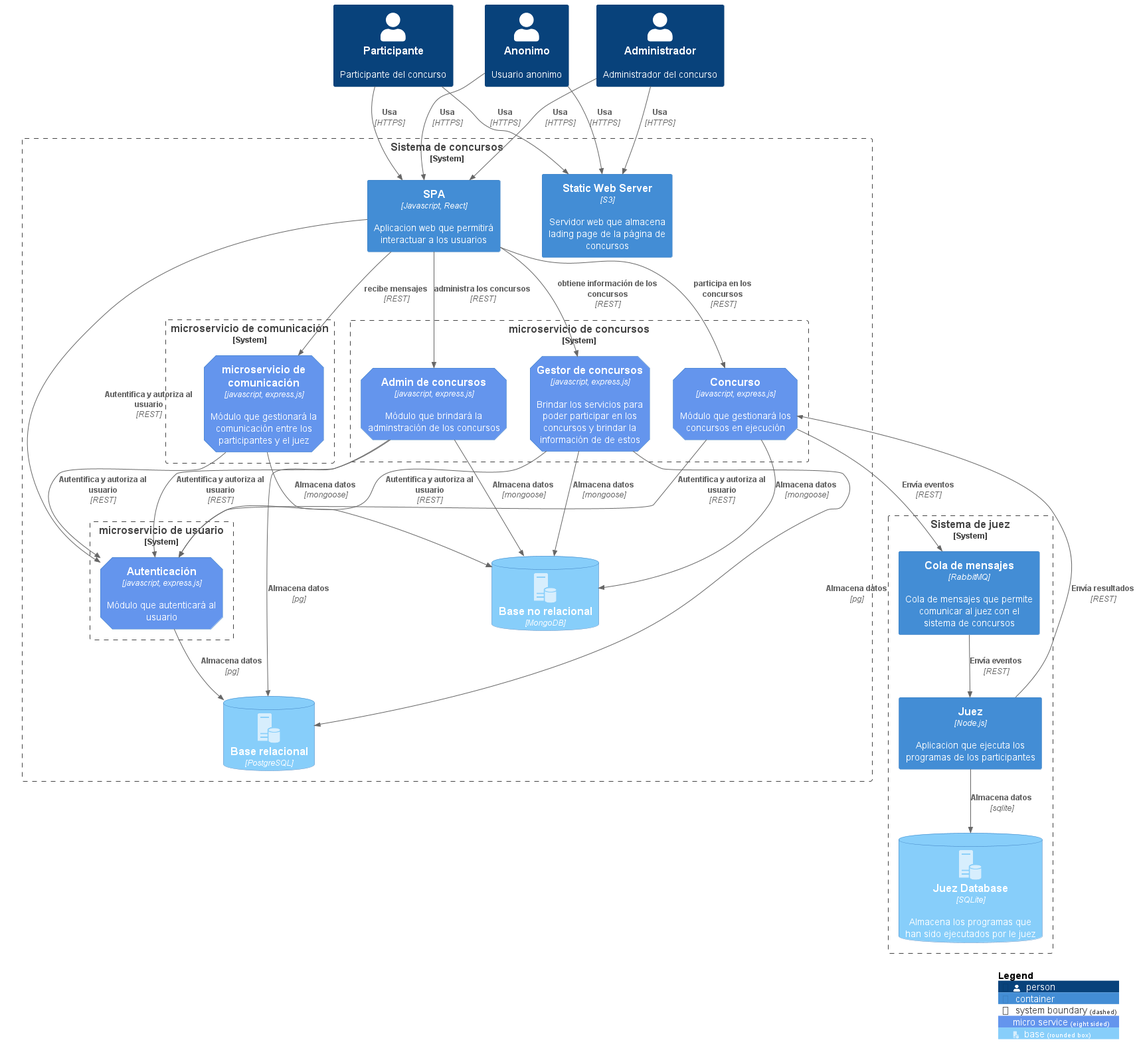
Earlier version of the PlantUML export diagrams/diagrama arquitectura.png (ulima-arqui-sw/arquisoftware-grupo02).
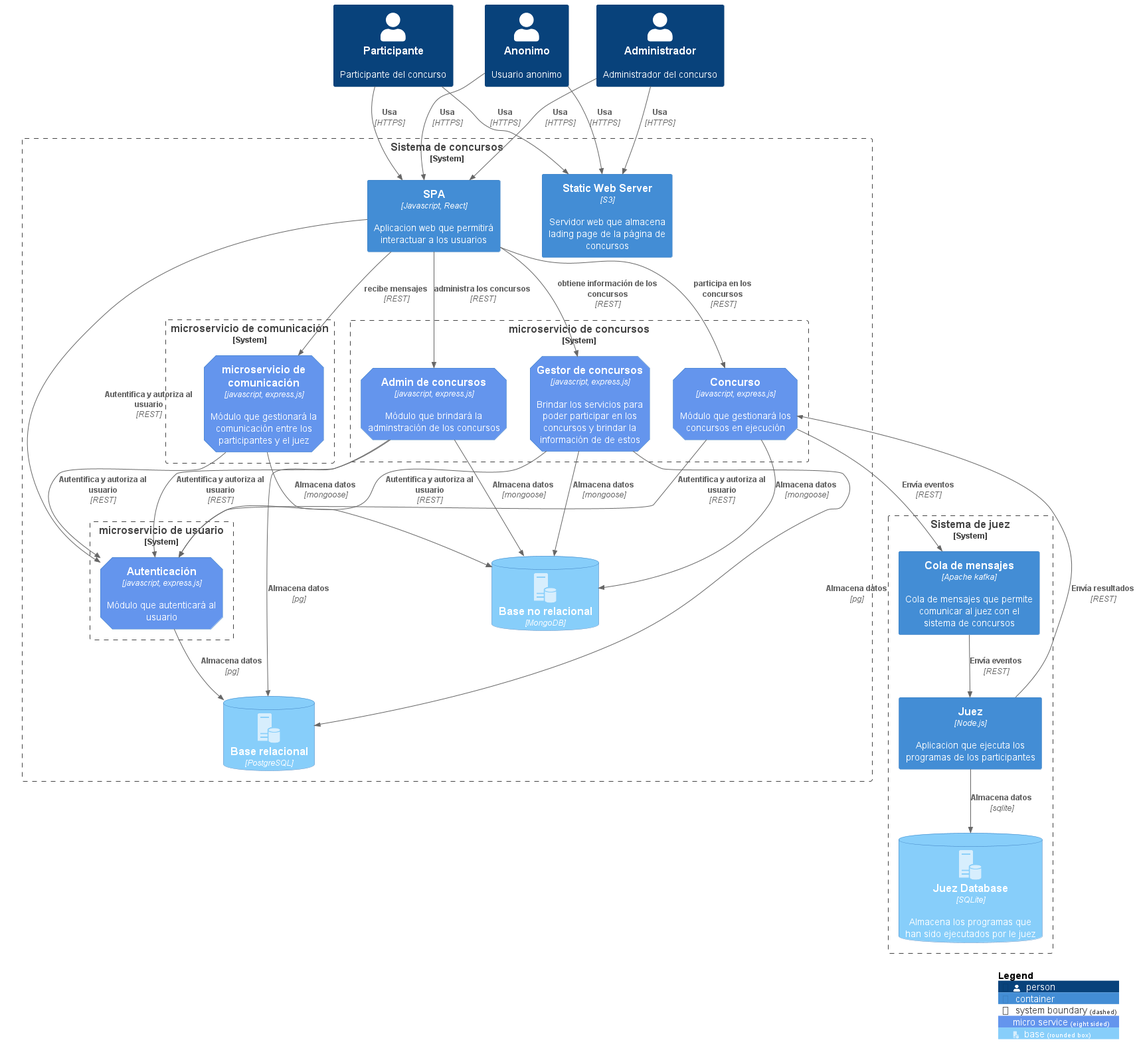
Later version of the same file.

Diff of the diagram source:
```diff
@@ -44,7 +44,7 @@
 
 System_Boundary(c2, "Sistema de juez"){
     Container(juez, "Juez", "Node.js", "Aplicacion que ejecuta los programas de los participantes")
-    Container(queue_juez, "Cola de mensajes", "RabbitMQ", "Cola de mensajes que permite comunicar al juez con el sistema de concursos")
+    Container(queue_juez, "Cola de mensajes", "Apache kafka", "Cola de mensajes que permite comunicar al juez con el sistema de concursos")
     ContainerDb(juez_db, "Juez Database", "SQLite", "Almacena los programas que han sido ejecutados por le juez", $tags = "base")
 }
 
```
